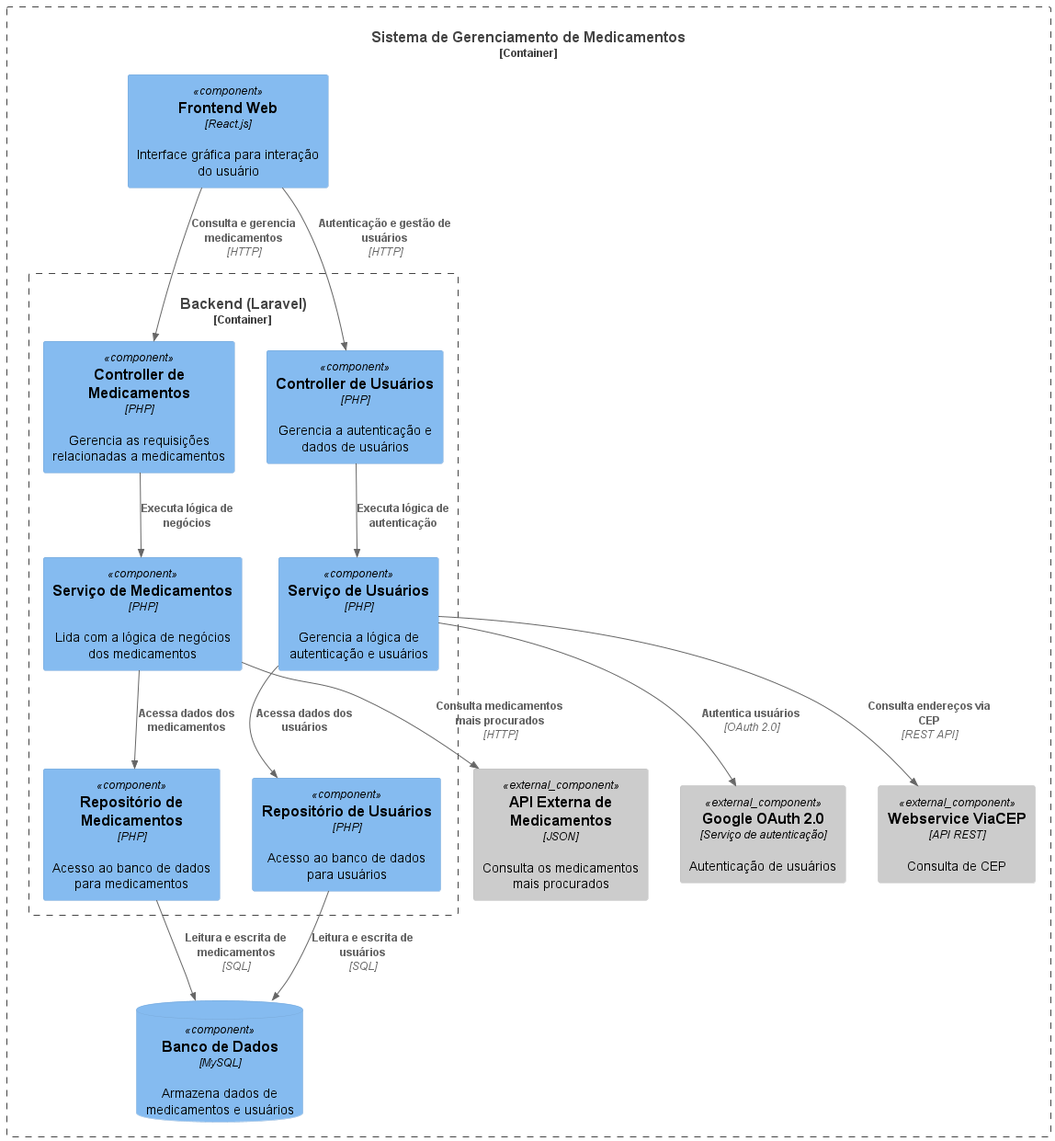
Before: out/Componentes/Componentes/Componentes.png, a diagram exported from PlantUML (echotasuku/Scripts_Diagramas). The source it was exported from:
```plantuml
@startuml
!include https://raw.githubusercontent.com/plantuml-stdlib/C4-PlantUML/master/C4_Component.puml


Container_Boundary(sistema, "Sistema de Gerenciamento de Medicamentos") {

    Component(frontend, "Frontend Web", "React.js", "Interface gráfica para interação do usuário")

    Container_Boundary(backend, "Backend (Laravel)") {
        Component(controllerMedicamentos, "Controller de Medicamentos", "PHP", "Gerencia as requisições relacionadas a medicamentos")
        Component(controllerUsuarios, "Controller de Usuários", "PHP", "Gerencia a autenticação e dados de usuários")
        Component(serviceMedicamentos, "Serviço de Medicamentos", "PHP", "Lida com a lógica de negócios dos medicamentos")
        Component(serviceUsuarios, "Serviço de Usuários", "PHP", "Gerencia a lógica de autenticação e usuários")
        Component(repositoryMedicamentos, "Repositório de Medicamentos", "PHP", "Acesso ao banco de dados para medicamentos")
        Component(repositoryUsuarios, "Repositório de Usuários", "PHP", "Acesso ao banco de dados para usuários")
    }

    ComponentDb(database, "Banco de Dados", "MySQL", "Armazena dados de medicamentos e usuários")
    Component_Ext(apiMedicamentos, "API Externa de Medicamentos", "JSON", "Consulta os medicamentos mais procurados")
    Component_Ext(googleOAuth, "Google OAuth 2.0", "Serviço de autenticação", "Autenticação de usuários")
    Component_Ext(viaCEP, "Webservice ViaCEP", "API REST", "Consulta de CEP")

}

Rel(frontend, controllerMedicamentos, "Consulta e gerencia medicamentos", "HTTP")
Rel(frontend, controllerUsuarios, "Autenticação e gestão de usuários", "HTTP")

Rel(controllerMedicamentos, serviceMedicamentos, "Executa lógica de negócios")
Rel(controllerUsuarios, serviceUsuarios, "Executa lógica de autenticação")

Rel(serviceMedicamentos, repositoryMedicamentos, "Acessa dados dos medicamentos")
Rel(serviceUsuarios, repositoryUsuarios, "Acessa dados dos usuários")

Rel(repositoryMedicamentos, database, "Leitura e escrita de medicamentos", "SQL")
Rel(repositoryUsuarios, database, "Leitura e escrita de usuários", "SQL")

Rel(serviceMedicamentos, apiMedicamentos, "Consulta medicamentos mais procurados", "HTTP")
Rel(serviceUsuarios, googleOAuth, "Autentica usuários", "OAuth 2.0")
Rel(serviceUsuarios, viaCEP, "Consulta endereços via CEP", "REST API")

@enduml
```
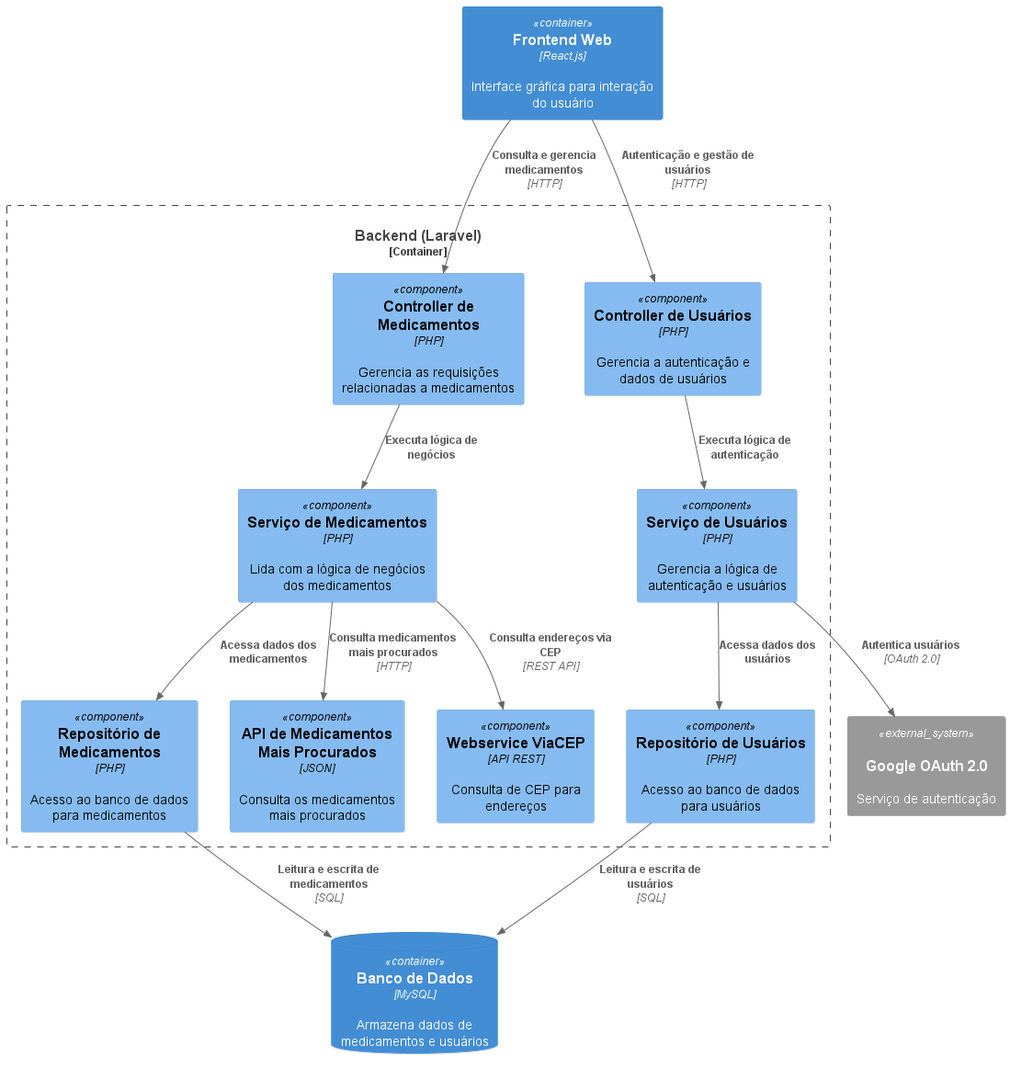
After the change.

Diff of the diagram source:
```diff
@@ -1,26 +1,21 @@
 @startuml
 !include https://raw.githubusercontent.com/plantuml-stdlib/C4-PlantUML/master/C4_Component.puml
 
+Container(frontend, "Frontend Web", "React.js", "Interface gráfica para interação do usuário")
 
-Container_Boundary(sistema, "Sistema de Gerenciamento de Medicamentos") {
+Container_Boundary(backend, "Backend (Laravel)") {
+    Component(controllerMedicamentos, "Controller de Medicamentos", "PHP", "Gerencia as requisições relacionadas a medicamentos")
+    Component(controllerUsuarios, "Controller de Usuários", "PHP", "Gerencia a autenticação e dados de usuários")
+    Component(serviceMedicamentos, "Serviço de Medicamentos", "PHP", "Lida com a lógica de negócios dos medicamentos")
+    Component(serviceUsuarios, "Serviço de Usuários", "PHP", "Gerencia a lógica de autenticação e usuários")
+    Component(repositoryMedicamentos, "Repositório de Medicamentos", "PHP", "Acesso ao banco de dados para medicamentos")
+    Component(repositoryUsuarios, "Repositório de Usuários", "PHP", "Acesso ao banco de dados para usuários")
+    Component(apiMedicamentos, "API de Medicamentos Mais Procurados", "JSON", "Consulta os medicamentos mais procurados")
+    Component(viaCEP, "Webservice ViaCEP", "API REST", "Consulta de CEP para endereços")
+}
 
-    Component(frontend, "Frontend Web", "React.js", "Interface gráfica para interação do usuário")
-
-    Container_Boundary(backend, "Backend (Laravel)") {
-        Component(controllerMedicamentos, "Controller de Medicamentos", "PHP", "Gerencia as requisições relacionadas a medicamentos")
-        Component(controllerUsuarios, "Controller de Usuários", "PHP", "Gerencia a autenticação e dados de usuários")
-        Component(serviceMedicamentos, "Serviço de Medicamentos", "PHP", "Lida com a lógica de negócios dos medicamentos")
-        Component(serviceUsuarios, "Serviço de Usuários", "PHP", "Gerencia a lógica de autenticação e usuários")
-        Component(repositoryMedicamentos, "Repositório de Medicamentos", "PHP", "Acesso ao banco de dados para medicamentos")
-        Component(repositoryUsuarios, "Repositório de Usuários", "PHP", "Acesso ao banco de dados para usuários")
-    }
-
-    ComponentDb(database, "Banco de Dados", "MySQL", "Armazena dados de medicamentos e usuários")
-    Component_Ext(apiMedicamentos, "API Externa de Medicamentos", "JSON", "Consulta os medicamentos mais procurados")
-    Component_Ext(googleOAuth, "Google OAuth 2.0", "Serviço de autenticação", "Autenticação de usuários")
-    Component_Ext(viaCEP, "Webservice ViaCEP", "API REST", "Consulta de CEP")
-
-}
+ContainerDb(database, "Banco de Dados", "MySQL", "Armazena dados de medicamentos e usuários")
+System_Ext(googleOAuth, "Google OAuth 2.0", "Serviço de autenticação", $sprite="external-system")
 
 Rel(frontend, controllerMedicamentos, "Consulta e gerencia medicamentos", "HTTP")
 Rel(frontend, controllerUsuarios, "Autenticação e gestão de usuários", "HTTP")
@@ -35,7 +30,7 @@
 Rel(repositoryUsuarios, database, "Leitura e escrita de usuários", "SQL")
 
 Rel(serviceMedicamentos, apiMedicamentos, "Consulta medicamentos mais procurados", "HTTP")
+Rel(serviceMedicamentos, viaCEP, "Consulta endereços via CEP", "REST API")
 Rel(serviceUsuarios, googleOAuth, "Autentica usuários", "OAuth 2.0")
-Rel(serviceUsuarios, viaCEP, "Consulta endereços via CEP", "REST API")
 
 @enduml
```
